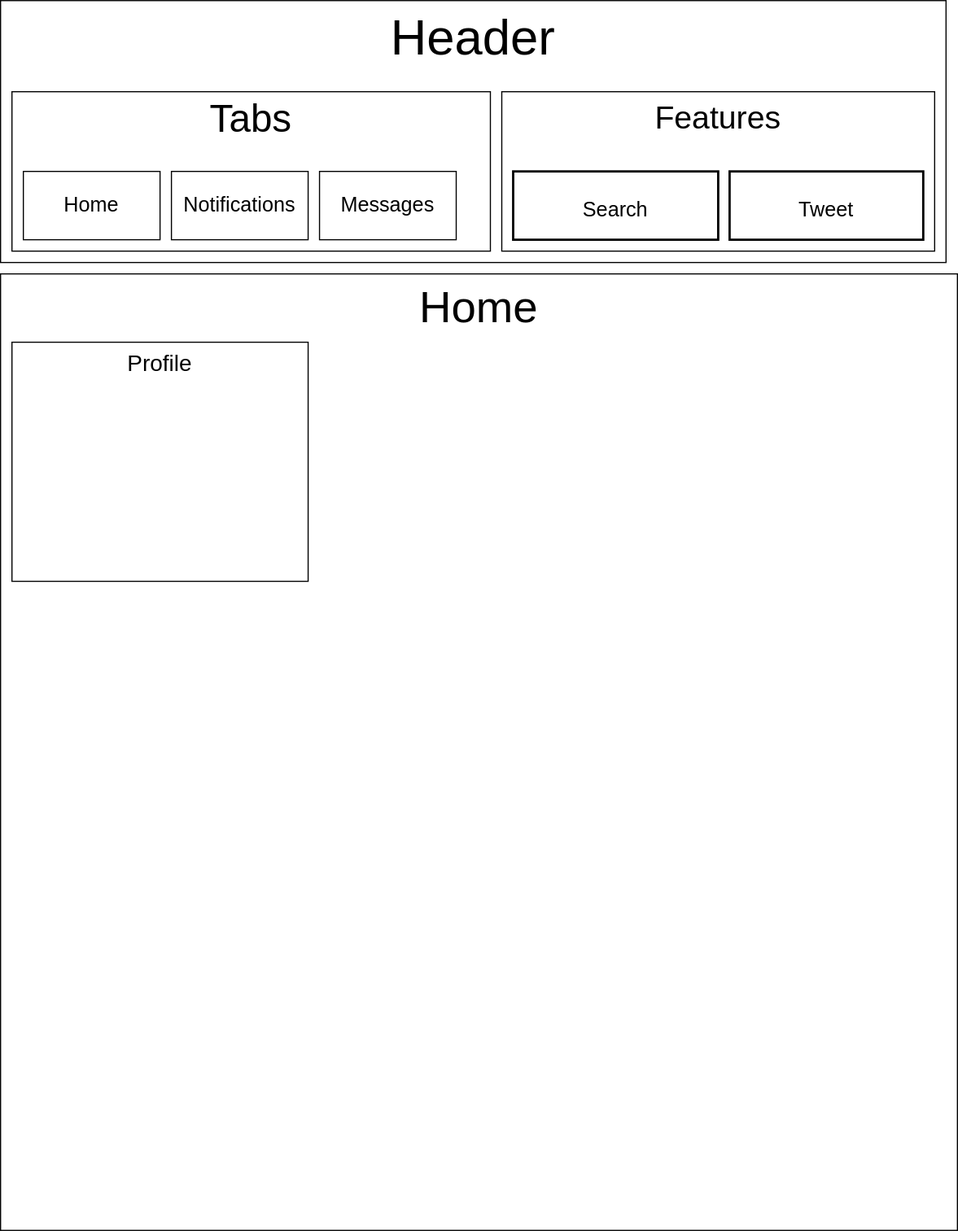
Above: Social_Media_Clone.drawio.svg in besure94/social-media-clone (draw.io), before the change. Source tidied: cells renumbered, new cells last; positions are measured from the earlier drawing's top-left corner, leaving out a move shared by most shapes. Source of this version:
```xml
<mxGraphModel>
  <root>
    <mxCell id="0" />
    <mxCell id="1" parent="0" />
    <mxCell id="2" value="&lt;font style=&quot;font-size: 44px;&quot;&gt;Header&lt;/font&gt;" style="rounded=0;whiteSpace=wrap;html=1;labelPosition=center;verticalLabelPosition=middle;align=center;verticalAlign=top;" parent="1" vertex="1">
      <mxGeometry width="830" height="230" as="geometry" />
    </mxCell>
    <mxCell id="3" value="&lt;font style=&quot;font-size: 39px;&quot;&gt;Home&lt;/font&gt;" style="whiteSpace=wrap;html=1;verticalAlign=top;" parent="1" vertex="1">
      <mxGeometry y="240" width="840" height="840" as="geometry" />
    </mxCell>
    <mxCell id="4" value="&lt;p style=&quot;line-height: 92%;&quot;&gt;&lt;font style=&quot;font-size: 34px;&quot;&gt;Tabs&lt;/font&gt;&lt;/p&gt;" style="rounded=0;whiteSpace=wrap;html=1;labelPosition=center;verticalLabelPosition=middle;align=center;verticalAlign=top;" parent="1" vertex="1">
      <mxGeometry x="10" y="80" width="420" height="140" as="geometry" />
    </mxCell>
    <mxCell id="5" value="&lt;font style=&quot;font-size: 18px;&quot;&gt;Messages&lt;/font&gt;" style="rounded=0;whiteSpace=wrap;html=1;" parent="1" vertex="1">
      <mxGeometry x="280" y="150" width="120" height="60" as="geometry" />
    </mxCell>
    <mxCell id="6" value="&lt;font style=&quot;font-size: 18px;&quot;&gt;Home&lt;/font&gt;" style="rounded=0;whiteSpace=wrap;html=1;" parent="1" vertex="1">
      <mxGeometry x="20" y="150" width="120" height="60" as="geometry" />
    </mxCell>
    <mxCell id="7" value="&lt;font style=&quot;font-size: 28px;&quot;&gt;Features&lt;/font&gt;" style="rounded=0;whiteSpace=wrap;html=1;verticalAlign=top;" parent="1" vertex="1">
      <mxGeometry x="440" y="80" width="380" height="140" as="geometry" />
    </mxCell>
    <mxCell id="8" value="&lt;font style=&quot;font-size: 18px;&quot;&gt;Tweet&lt;/font&gt;" style="whiteSpace=wrap;html=1;verticalAlign=middle;strokeWidth=2;labelBackgroundColor=default;spacingTop=8;" parent="1" vertex="1">
      <mxGeometry x="640" y="150" width="170" height="60" as="geometry" />
    </mxCell>
    <mxCell id="9" value="&lt;font style=&quot;font-size: 18px;&quot;&gt;Search&lt;/font&gt;" style="whiteSpace=wrap;html=1;verticalAlign=middle;strokeWidth=2;labelBackgroundColor=none;spacingTop=8;" parent="1" vertex="1">
      <mxGeometry x="450" y="150" width="180" height="60" as="geometry" />
    </mxCell>
    <mxCell id="10" value="&lt;font style=&quot;font-size: 18px;&quot;&gt;Notifications&lt;/font&gt;" style="rounded=0;whiteSpace=wrap;html=1;" parent="1" vertex="1">
      <mxGeometry x="150" y="150" width="120" height="60" as="geometry" />
    </mxCell>
    <mxCell id="11" value="&lt;font style=&quot;font-size: 20px;&quot;&gt;Profile&lt;/font&gt;" style="rounded=0;whiteSpace=wrap;html=1;verticalAlign=top;" parent="1" vertex="1">
      <mxGeometry x="10" y="300" width="260" height="210" as="geometry" />
    </mxCell>
  </root>
</mxGraphModel>
```
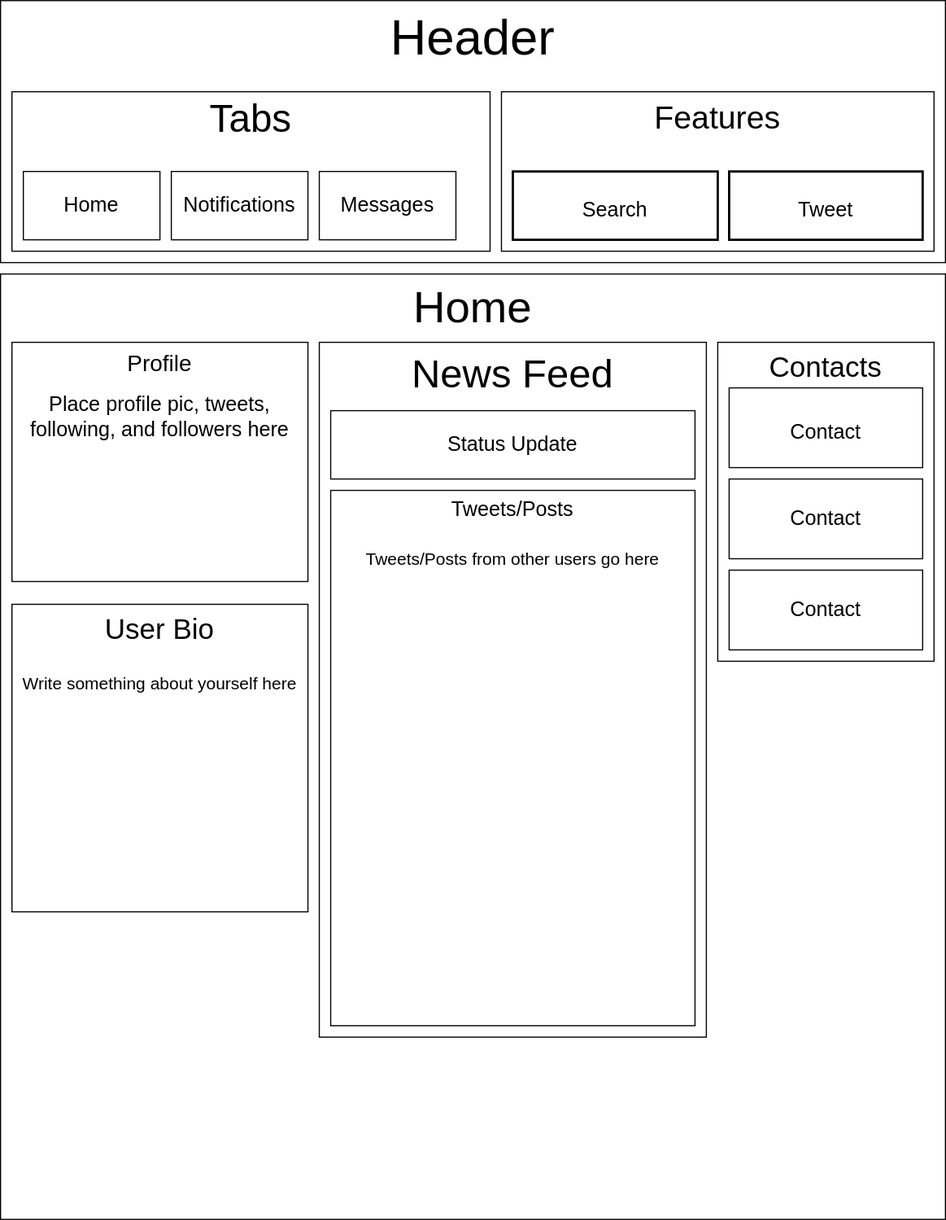
The same file after the commit.

Commit message:
Add further components to diagram.

Change to the diagram source:
```diff
@@ -6,7 +6,7 @@
       <mxGeometry width="830" height="230" as="geometry" />
     </mxCell>
     <mxCell id="3" value="&lt;font style=&quot;font-size: 39px;&quot;&gt;Home&lt;/font&gt;" style="whiteSpace=wrap;html=1;verticalAlign=top;" parent="1" vertex="1">
-      <mxGeometry y="240" width="840" height="840" as="geometry" />
+      <mxGeometry y="240" width="830" height="830" as="geometry" />
     </mxCell>
     <mxCell id="4" value="&lt;p style=&quot;line-height: 92%;&quot;&gt;&lt;font style=&quot;font-size: 34px;&quot;&gt;Tabs&lt;/font&gt;&lt;/p&gt;" style="rounded=0;whiteSpace=wrap;html=1;labelPosition=center;verticalLabelPosition=middle;align=center;verticalAlign=top;" parent="1" vertex="1">
       <mxGeometry x="10" y="80" width="420" height="140" as="geometry" />
@@ -29,8 +29,32 @@
     <mxCell id="10" value="&lt;font style=&quot;font-size: 18px;&quot;&gt;Notifications&lt;/font&gt;" style="rounded=0;whiteSpace=wrap;html=1;" parent="1" vertex="1">
       <mxGeometry x="150" y="150" width="120" height="60" as="geometry" />
     </mxCell>
-    <mxCell id="11" value="&lt;font style=&quot;font-size: 20px;&quot;&gt;Profile&lt;/font&gt;" style="rounded=0;whiteSpace=wrap;html=1;verticalAlign=top;" parent="1" vertex="1">
+    <mxCell id="11" value="&lt;font style=&quot;&quot;&gt;&lt;span style=&quot;font-size: 20px;&quot;&gt;Profile&amp;nbsp;&lt;/span&gt;&lt;br&gt;&lt;br&gt;&lt;span style=&quot;font-size: 18px; background-color: initial;&quot;&gt;Place profile pic, tweets, following, and followers here&amp;nbsp;&lt;br&gt;&lt;/span&gt;&lt;span style=&quot;background-color: initial;&quot;&gt;&lt;div style=&quot;&quot;&gt;&lt;span style=&quot;background-color: initial;&quot;&gt;&lt;br&gt;&lt;/span&gt;&lt;/div&gt;&lt;/span&gt;&lt;br&gt;&lt;/font&gt;" style="rounded=0;whiteSpace=wrap;html=1;verticalAlign=top;align=center;" parent="1" vertex="1">
       <mxGeometry x="10" y="300" width="260" height="210" as="geometry" />
     </mxCell>
+    <mxCell id="12" value="&lt;font style=&quot;&quot;&gt;&lt;span style=&quot;font-size: 25px;&quot;&gt;User Bio&lt;/span&gt;&lt;br&gt;&lt;br&gt;&lt;font style=&quot;font-size: 15px;&quot;&gt;Write something about yourself here&lt;/font&gt;&lt;br&gt;&lt;/font&gt;" style="rounded=0;whiteSpace=wrap;html=1;fontSize=18;verticalAlign=top;" parent="1" vertex="1">
+      <mxGeometry x="10" y="530" width="260" height="270" as="geometry" />
+    </mxCell>
+    <mxCell id="13" value="&lt;font style=&quot;font-size: 35px;&quot;&gt;News Feed&lt;/font&gt;" style="rounded=0;whiteSpace=wrap;html=1;fontSize=18;verticalAlign=top;" parent="1" vertex="1">
+      <mxGeometry x="280" y="300" width="340" height="610" as="geometry" />
+    </mxCell>
+    <mxCell id="14" value="Contacts" style="rounded=0;whiteSpace=wrap;html=1;fontSize=25;verticalAlign=top;" parent="1" vertex="1">
+      <mxGeometry x="630" y="300" width="190" height="280" as="geometry" />
+    </mxCell>
+    <mxCell id="15" value="&lt;font style=&quot;font-size: 18px;&quot;&gt;Contact&lt;/font&gt;" style="rounded=0;whiteSpace=wrap;html=1;fontSize=25;" parent="1" vertex="1">
+      <mxGeometry x="640" y="340" width="170" height="70" as="geometry" />
+    </mxCell>
+    <mxCell id="16" value="Contact" style="rounded=0;whiteSpace=wrap;html=1;fontSize=18;" parent="1" vertex="1">
+      <mxGeometry x="640" y="420" width="170" height="70" as="geometry" />
+    </mxCell>
+    <mxCell id="17" value="Contact" style="rounded=0;whiteSpace=wrap;html=1;fontSize=18;" parent="1" vertex="1">
+      <mxGeometry x="640" y="500" width="170" height="70" as="geometry" />
+    </mxCell>
+    <mxCell id="18" value="Status Update" style="rounded=0;whiteSpace=wrap;html=1;fontSize=18;" parent="1" vertex="1">
+      <mxGeometry x="290" y="360" width="320" height="60" as="geometry" />
+    </mxCell>
+    <mxCell id="19" value="Tweets/Posts&lt;br&gt;&lt;br&gt;&lt;font style=&quot;font-size: 15px;&quot;&gt;Tweets/Posts from other users go here&lt;/font&gt;" style="rounded=0;whiteSpace=wrap;html=1;fontSize=18;verticalAlign=top;" parent="1" vertex="1">
+      <mxGeometry x="290" y="430" width="320" height="470" as="geometry" />
+    </mxCell>
   </root>
 </mxGraphModel>
```
